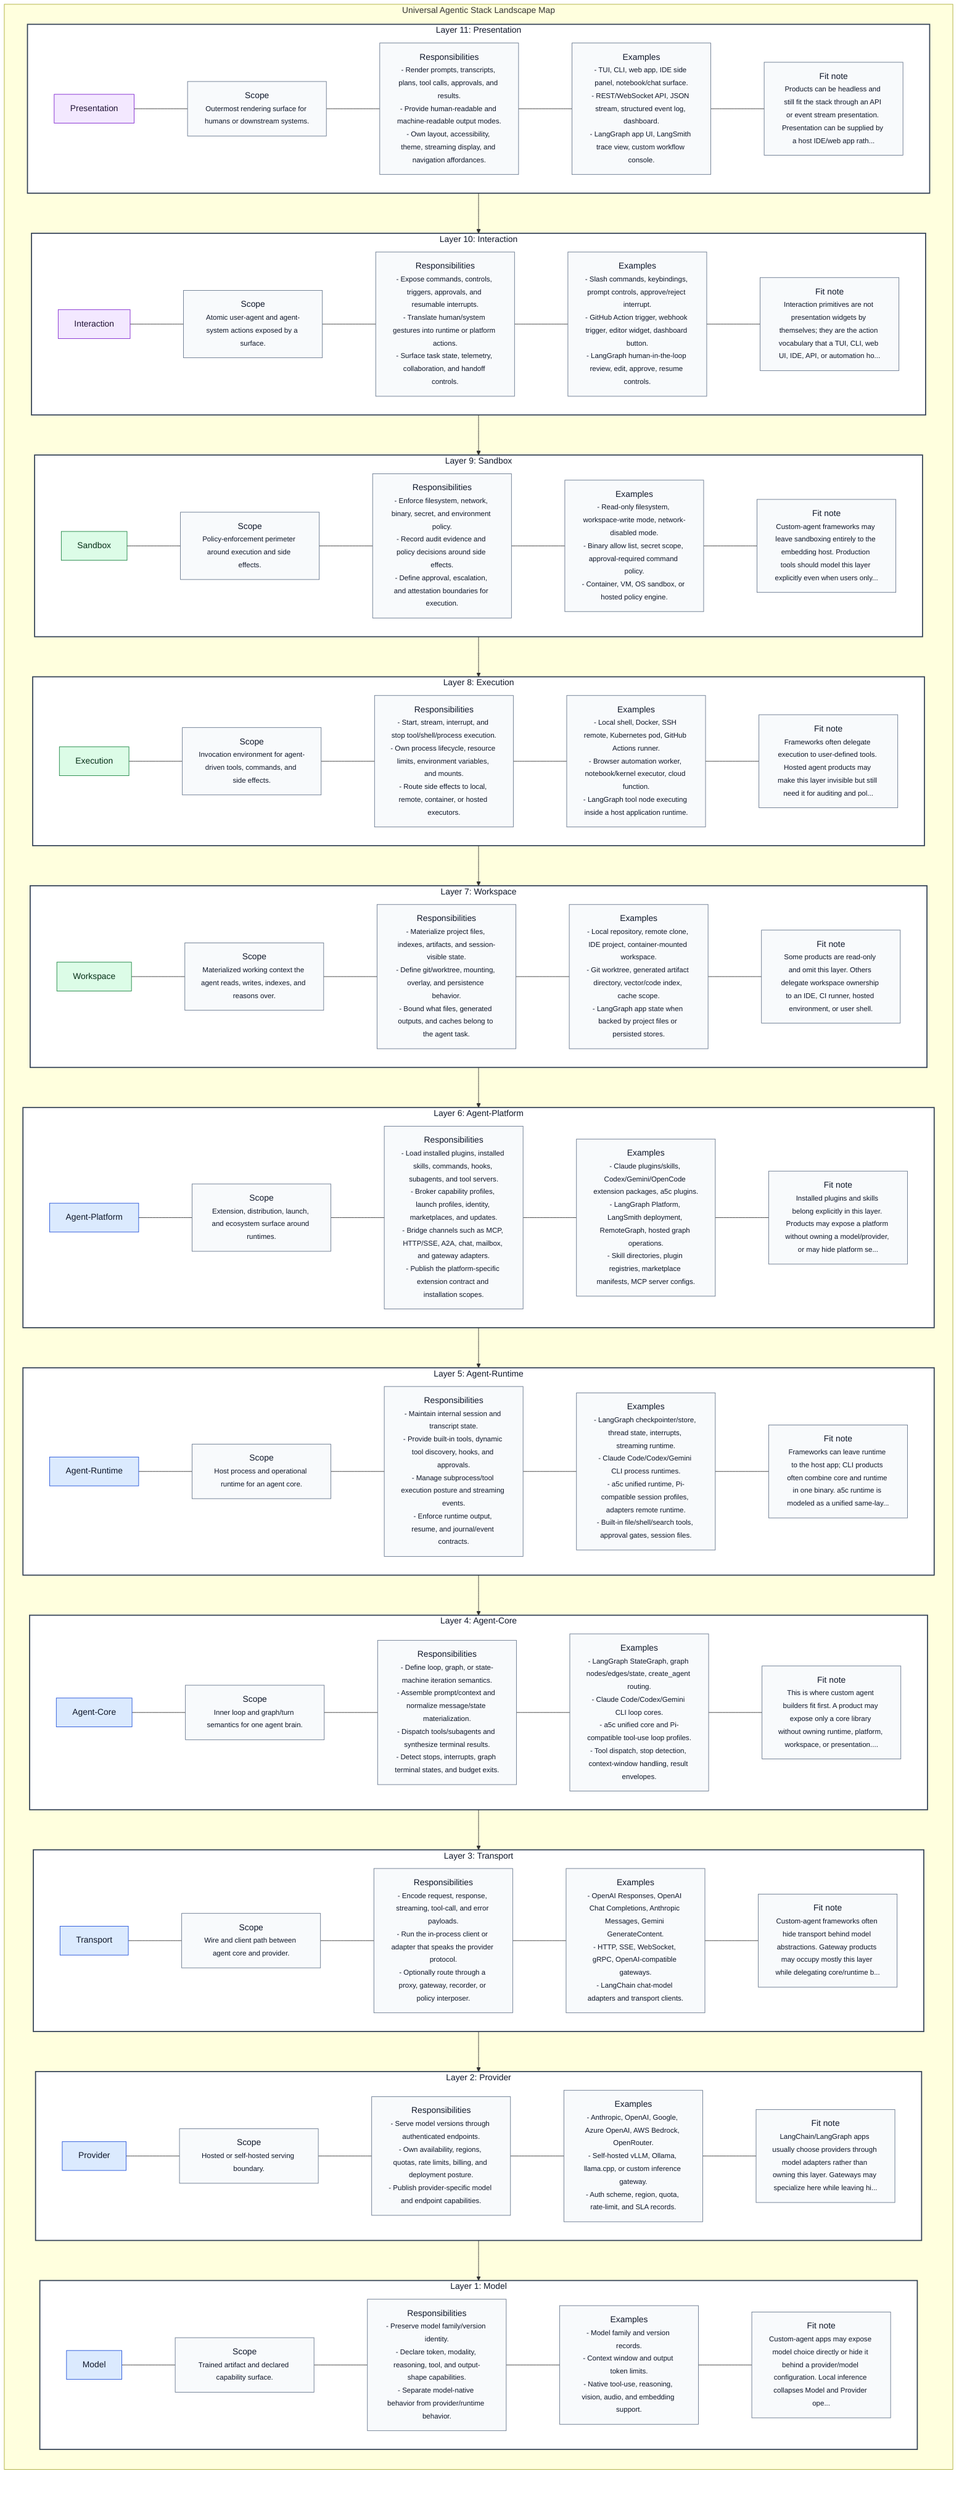
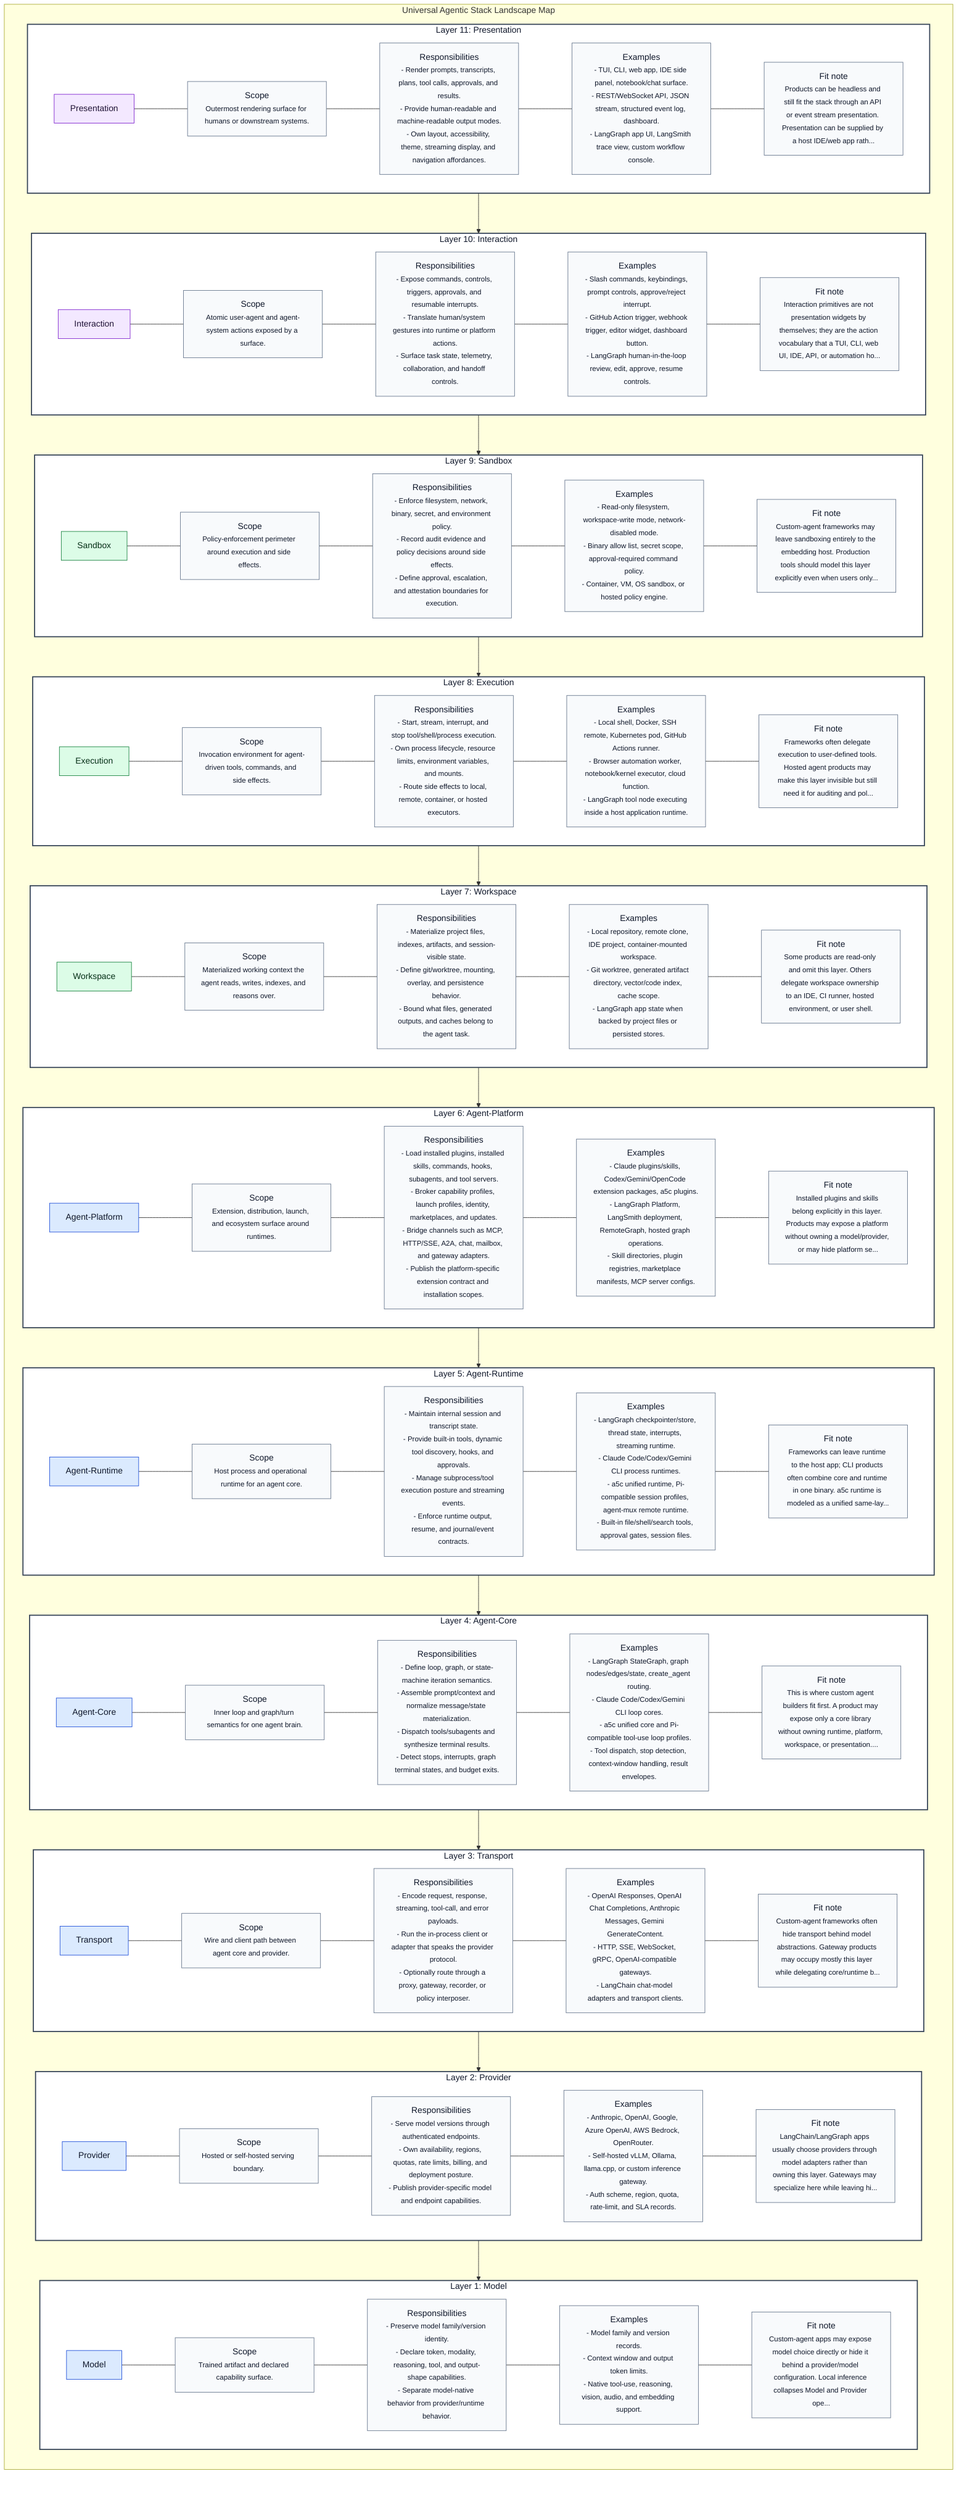
flowchart TB
  classDef interface fill:#f3e8ff,stroke:#7e22ce,stroke-width:1px,color:#1f1235;
  classDef lifecycle fill:#dcfce7,stroke:#15803d,stroke-width:1px,color:#052e16;
  classDef compute fill:#dbeafe,stroke:#1d4ed8,stroke-width:1px,color:#0f172a;
  classDef internal fill:#f8fafc,stroke:#64748b,stroke-width:1px,color:#0f172a;
  classDef band fill:#ffffff,stroke:#334155,stroke-width:2px,color:#0f172a;

  subgraph stack["Universal Agentic Stack Landscape Map"]
    direction TB
    subgraph layer_11_presentation_band["Layer 11: Presentation"]
      direction LR
      layer_11_presentation["Presentation"]
      layer_11_presentation_scope["Scope<br/><small>Outermost rendering surface for humans or downstream systems.</small>"]
      layer_11_presentation_resp["Responsibilities<br/><small>- Render prompts, transcripts, plans, tool calls, approvals, and results.<br/>- Provide human-readable and machine-readable output modes.<br/>- Own layout, accessibility, theme, streaming display, and navigation affordances.</small>"]
      layer_11_presentation_examples["Examples<br/><small>- TUI, CLI, web app, IDE side panel, notebook/chat surface.<br/>- REST/WebSocket API, JSON stream, structured event log, dashboard.<br/>- LangGraph app UI, LangSmith trace view, custom workflow console.</small>"]
      layer_11_presentation_fit["Fit note<br/><small>Products can be headless and still fit the stack through an API or event stream presentation. Presentation can be supplied by a host IDE/web app rath...</small>"]
      layer_11_presentation --- layer_11_presentation_scope --- layer_11_presentation_resp --- layer_11_presentation_examples --- layer_11_presentation_fit
    end
    subgraph layer_10_interaction_band["Layer 10: Interaction"]
      direction LR
      layer_10_interaction["Interaction"]
      layer_10_interaction_scope["Scope<br/><small>Atomic user-agent and agent-system actions exposed by a surface.</small>"]
      layer_10_interaction_resp["Responsibilities<br/><small>- Expose commands, controls, triggers, approvals, and resumable interrupts.<br/>- Translate human/system gestures into runtime or platform actions.<br/>- Surface task state, telemetry, collaboration, and handoff controls.</small>"]
      layer_10_interaction_examples["Examples<br/><small>- Slash commands, keybindings, prompt controls, approve/reject interrupt.<br/>- GitHub Action trigger, webhook trigger, editor widget, dashboard button.<br/>- LangGraph human-in-the-loop review, edit, approve, resume controls.</small>"]
      layer_10_interaction_fit["Fit note<br/><small>Interaction primitives are not presentation widgets by themselves; they are the action vocabulary that a TUI, CLI, web UI, IDE, API, or automation ho...</small>"]
      layer_10_interaction --- layer_10_interaction_scope --- layer_10_interaction_resp --- layer_10_interaction_examples --- layer_10_interaction_fit
    end
    subgraph layer_9_sandbox_band["Layer 9: Sandbox"]
      direction LR
      layer_9_sandbox["Sandbox"]
      layer_9_sandbox_scope["Scope<br/><small>Policy-enforcement perimeter around execution and side effects.</small>"]
      layer_9_sandbox_resp["Responsibilities<br/><small>- Enforce filesystem, network, binary, secret, and environment policy.<br/>- Record audit evidence and policy decisions around side effects.<br/>- Define approval, escalation, and attestation boundaries for execution.</small>"]
      layer_9_sandbox_examples["Examples<br/><small>- Read-only filesystem, workspace-write mode, network-disabled mode.<br/>- Binary allow list, secret scope, approval-required command policy.<br/>- Container, VM, OS sandbox, or hosted policy engine.</small>"]
      layer_9_sandbox_fit["Fit note<br/><small>Custom-agent frameworks may leave sandboxing entirely to the embedding host. Production tools should model this layer explicitly even when users only...</small>"]
      layer_9_sandbox --- layer_9_sandbox_scope --- layer_9_sandbox_resp --- layer_9_sandbox_examples --- layer_9_sandbox_fit
    end
    subgraph layer_8_execution_band["Layer 8: Execution"]
      direction LR
      layer_8_execution["Execution"]
      layer_8_execution_scope["Scope<br/><small>Invocation environment for agent-driven tools, commands, and side effects.</small>"]
      layer_8_execution_resp["Responsibilities<br/><small>- Start, stream, interrupt, and stop tool/shell/process execution.<br/>- Own process lifecycle, resource limits, environment variables, and mounts.<br/>- Route side effects to local, remote, container, or hosted executors.</small>"]
      layer_8_execution_examples["Examples<br/><small>- Local shell, Docker, SSH remote, Kubernetes pod, GitHub Actions runner.<br/>- Browser automation worker, notebook/kernel executor, cloud function.<br/>- LangGraph tool node executing inside a host application runtime.</small>"]
      layer_8_execution_fit["Fit note<br/><small>Frameworks often delegate execution to user-defined tools. Hosted agent products may make this layer invisible but still need it for auditing and pol...</small>"]
      layer_8_execution --- layer_8_execution_scope --- layer_8_execution_resp --- layer_8_execution_examples --- layer_8_execution_fit
    end
    subgraph layer_7_workspace_band["Layer 7: Workspace"]
      direction LR
      layer_7_workspace["Workspace"]
      layer_7_workspace_scope["Scope<br/><small>Materialized working context the agent reads, writes, indexes, and reasons over.</small>"]
      layer_7_workspace_resp["Responsibilities<br/><small>- Materialize project files, indexes, artifacts, and session-visible state.<br/>- Define git/worktree, mounting, overlay, and persistence behavior.<br/>- Bound what files, generated outputs, and caches belong to the agent task.</small>"]
      layer_7_workspace_examples["Examples<br/><small>- Local repository, remote clone, IDE project, container-mounted workspace.<br/>- Git worktree, generated artifact directory, vector/code index, cache scope.<br/>- LangGraph app state when backed by project files or persisted stores.</small>"]
      layer_7_workspace_fit["Fit note<br/><small>Some products are read-only and omit this layer. Others delegate workspace ownership to an IDE, CI runner, hosted environment, or user shell.</small>"]
      layer_7_workspace --- layer_7_workspace_scope --- layer_7_workspace_resp --- layer_7_workspace_examples --- layer_7_workspace_fit
    end
    subgraph layer_6_agent_platform_band["Layer 6: Agent-Platform"]
      direction LR
      layer_6_agent_platform["Agent-Platform"]
      layer_6_agent_platform_scope["Scope<br/><small>Extension, distribution, launch, and ecosystem surface around runtimes.</small>"]
      layer_6_agent_platform_resp["Responsibilities<br/><small>- Load installed plugins, installed skills, commands, hooks, subagents, and tool servers.<br/>- Broker capability profiles, launch profiles, identity, marketplaces, and updates.<br/>- Bridge channels such as MCP, HTTP/SSE, A2A, chat, mailbox, and gateway adapters.<br/>- Publish the platform-specific extension contract and installation scopes.</small>"]
      layer_6_agent_platform_examples["Examples<br/><small>- Claude plugins/skills, Codex/Gemini/OpenCode extension packages, a5c plugins.<br/>- LangGraph Platform, LangSmith deployment, RemoteGraph, hosted graph operations.<br/>- Skill directories, plugin registries, marketplace manifests, MCP server configs.</small>"]
      layer_6_agent_platform_fit["Fit note<br/><small>Installed plugins and skills belong explicitly in this layer. Products may expose a platform without owning a model/provider, or may hide platform se...</small>"]
      layer_6_agent_platform --- layer_6_agent_platform_scope --- layer_6_agent_platform_resp --- layer_6_agent_platform_examples --- layer_6_agent_platform_fit
    end
    subgraph layer_5_agent_runtime_band["Layer 5: Agent-Runtime"]
      direction LR
      layer_5_agent_runtime["Agent-Runtime"]
      layer_5_agent_runtime_scope["Scope<br/><small>Host process and operational runtime for an agent core.</small>"]
      layer_5_agent_runtime_resp["Responsibilities<br/><small>- Maintain internal session and transcript state.<br/>- Provide built-in tools, dynamic tool discovery, hooks, and approvals.<br/>- Manage subprocess/tool execution posture and streaming events.<br/>- Enforce runtime output, resume, and journal/event contracts.</small>"]
-       layer_5_agent_runtime_examples["Examples<br/><small>- LangGraph checkpointer/store, thread state, interrupts, streaming runtime.<br/>- Claude Code/Codex/Gemini CLI process runtimes.<br/>- a5c unified runtime, Pi-compatible session profiles, adapters remote runtime.<br/>- Built-in file/shell/search tools, approval gates, session files.</small>"]
+       layer_5_agent_runtime_examples["Examples<br/><small>- LangGraph checkpointer/store, thread state, interrupts, streaming runtime.<br/>- Claude Code/Codex/Gemini CLI process runtimes.<br/>- a5c unified runtime, Pi-compatible session profiles, agent-mux remote runtime.<br/>- Built-in file/shell/search tools, approval gates, session files.</small>"]
      layer_5_agent_runtime_fit["Fit note<br/><small>Frameworks can leave runtime to the host app; CLI products often combine core and runtime in one binary. a5c runtime is modeled as a unified same-lay...</small>"]
      layer_5_agent_runtime --- layer_5_agent_runtime_scope --- layer_5_agent_runtime_resp --- layer_5_agent_runtime_examples --- layer_5_agent_runtime_fit
    end
    subgraph layer_4_agent_core_band["Layer 4: Agent-Core"]
      direction LR
      layer_4_agent_core["Agent-Core"]
      layer_4_agent_core_scope["Scope<br/><small>Inner loop and graph/turn semantics for one agent brain.</small>"]
      layer_4_agent_core_resp["Responsibilities<br/><small>- Define loop, graph, or state-machine iteration semantics.<br/>- Assemble prompt/context and normalize message/state materialization.<br/>- Dispatch tools/subagents and synthesize terminal results.<br/>- Detect stops, interrupts, graph terminal states, and budget exits.</small>"]
      layer_4_agent_core_examples["Examples<br/><small>- LangGraph StateGraph, graph nodes/edges/state, create_agent routing.<br/>- Claude Code/Codex/Gemini CLI loop cores.<br/>- a5c unified core and Pi-compatible tool-use loop profiles.<br/>- Tool dispatch, stop detection, context-window handling, result envelopes.</small>"]
      layer_4_agent_core_fit["Fit note<br/><small>This is where custom agent builders fit first. A product may expose only a core library without owning runtime, platform, workspace, or presentation....</small>"]
      layer_4_agent_core --- layer_4_agent_core_scope --- layer_4_agent_core_resp --- layer_4_agent_core_examples --- layer_4_agent_core_fit
    end
    subgraph layer_3_transport_band["Layer 3: Transport"]
      direction LR
      layer_3_transport["Transport"]
      layer_3_transport_scope["Scope<br/><small>Wire and client path between agent core and provider.</small>"]
      layer_3_transport_resp["Responsibilities<br/><small>- Encode request, response, streaming, tool-call, and error payloads.<br/>- Run the in-process client or adapter that speaks the provider protocol.<br/>- Optionally route through a proxy, gateway, recorder, or policy interposer.</small>"]
      layer_3_transport_examples["Examples<br/><small>- OpenAI Responses, OpenAI Chat Completions, Anthropic Messages, Gemini GenerateContent.<br/>- HTTP, SSE, WebSocket, gRPC, OpenAI-compatible gateways.<br/>- LangChain chat-model adapters and transport clients.</small>"]
      layer_3_transport_fit["Fit note<br/><small>Custom-agent frameworks often hide transport behind model abstractions. Gateway products may occupy mostly this layer while delegating core/runtime b...</small>"]
      layer_3_transport --- layer_3_transport_scope --- layer_3_transport_resp --- layer_3_transport_examples --- layer_3_transport_fit
    end
    subgraph layer_2_provider_band["Layer 2: Provider"]
      direction LR
      layer_2_provider["Provider"]
      layer_2_provider_scope["Scope<br/><small>Hosted or self-hosted serving boundary.</small>"]
      layer_2_provider_resp["Responsibilities<br/><small>- Serve model versions through authenticated endpoints.<br/>- Own availability, regions, quotas, rate limits, billing, and deployment posture.<br/>- Publish provider-specific model and endpoint capabilities.</small>"]
      layer_2_provider_examples["Examples<br/><small>- Anthropic, OpenAI, Google, Azure OpenAI, AWS Bedrock, OpenRouter.<br/>- Self-hosted vLLM, Ollama, llama.cpp, or custom inference gateway.<br/>- Auth scheme, region, quota, rate-limit, and SLA records.</small>"]
      layer_2_provider_fit["Fit note<br/><small>LangChain/LangGraph apps usually choose providers through model adapters rather than owning this layer. Gateways may specialize here while leaving hi...</small>"]
      layer_2_provider --- layer_2_provider_scope --- layer_2_provider_resp --- layer_2_provider_examples --- layer_2_provider_fit
    end
    subgraph layer_1_model_band["Layer 1: Model"]
      direction LR
      layer_1_model["Model"]
      layer_1_model_scope["Scope<br/><small>Trained artifact and declared capability surface.</small>"]
      layer_1_model_resp["Responsibilities<br/><small>- Preserve model family/version identity.<br/>- Declare token, modality, reasoning, tool, and output-shape capabilities.<br/>- Separate model-native behavior from provider/runtime behavior.</small>"]
      layer_1_model_examples["Examples<br/><small>- Model family and version records.<br/>- Context window and output token limits.<br/>- Native tool-use, reasoning, vision, audio, and embedding support.</small>"]
      layer_1_model_fit["Fit note<br/><small>Custom-agent apps may expose model choice directly or hide it behind a provider/model configuration. Local inference collapses Model and Provider ope...</small>"]
      layer_1_model --- layer_1_model_scope --- layer_1_model_resp --- layer_1_model_examples --- layer_1_model_fit
    end
  end
  layer_11_presentation --> layer_10_interaction
  layer_10_interaction --> layer_9_sandbox
  layer_9_sandbox --> layer_8_execution
  layer_8_execution --> layer_7_workspace
  layer_7_workspace --> layer_6_agent_platform
  layer_6_agent_platform --> layer_5_agent_runtime
  layer_5_agent_runtime --> layer_4_agent_core
  layer_4_agent_core --> layer_3_transport
  layer_3_transport --> layer_2_provider
  layer_2_provider --> layer_1_model
  class layer_11_presentation interface;
  class layer_11_presentation_band band;
  class layer_11_presentation_scope,layer_11_presentation_resp,layer_11_presentation_examples,layer_11_presentation_fit internal;
  class layer_10_interaction interface;
  class layer_10_interaction_band band;
  class layer_10_interaction_scope,layer_10_interaction_resp,layer_10_interaction_examples,layer_10_interaction_fit internal;
  class layer_9_sandbox lifecycle;
  class layer_9_sandbox_band band;
  class layer_9_sandbox_scope,layer_9_sandbox_resp,layer_9_sandbox_examples,layer_9_sandbox_fit internal;
  class layer_8_execution lifecycle;
  class layer_8_execution_band band;
  class layer_8_execution_scope,layer_8_execution_resp,layer_8_execution_examples,layer_8_execution_fit internal;
  class layer_7_workspace lifecycle;
  class layer_7_workspace_band band;
  class layer_7_workspace_scope,layer_7_workspace_resp,layer_7_workspace_examples,layer_7_workspace_fit internal;
  class layer_6_agent_platform compute;
  class layer_6_agent_platform_band band;
  class layer_6_agent_platform_scope,layer_6_agent_platform_resp,layer_6_agent_platform_examples,layer_6_agent_platform_fit internal;
  class layer_5_agent_runtime compute;
  class layer_5_agent_runtime_band band;
  class layer_5_agent_runtime_scope,layer_5_agent_runtime_resp,layer_5_agent_runtime_examples,layer_5_agent_runtime_fit internal;
  class layer_4_agent_core compute;
  class layer_4_agent_core_band band;
  class layer_4_agent_core_scope,layer_4_agent_core_resp,layer_4_agent_core_examples,layer_4_agent_core_fit internal;
  class layer_3_transport compute;
  class layer_3_transport_band band;
  class layer_3_transport_scope,layer_3_transport_resp,layer_3_transport_examples,layer_3_transport_fit internal;
  class layer_2_provider compute;
  class layer_2_provider_band band;
  class layer_2_provider_scope,layer_2_provider_resp,layer_2_provider_examples,layer_2_provider_fit internal;
  class layer_1_model compute;
  class layer_1_model_band band;
  class layer_1_model_scope,layer_1_model_resp,layer_1_model_examples,layer_1_model_fit internal;
